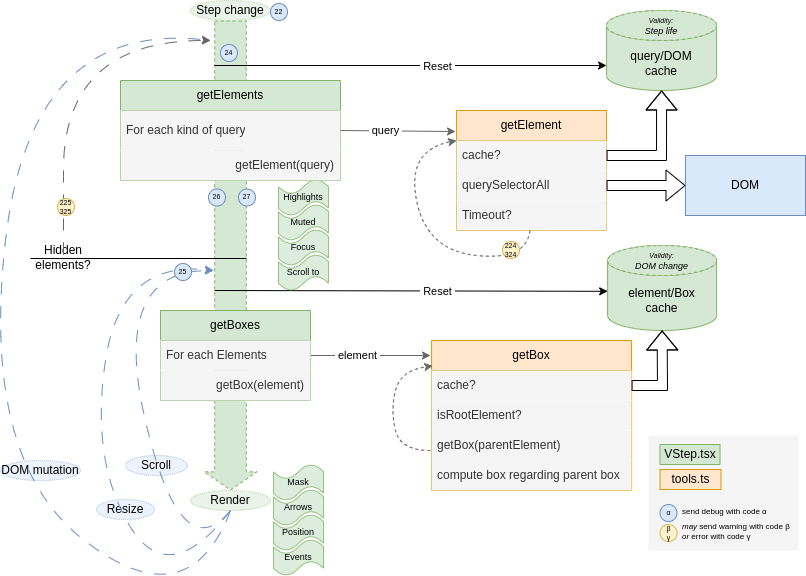
restimel/vue3-tutorial keeps this draw.io diagram as docs/images/workflow-box-update.drawio.png. Above is the earlier version. Source tidied: cells renumbered, new cells last; positions are measured from the earlier drawing's top-left corner, leaving out a move shared by most shapes.
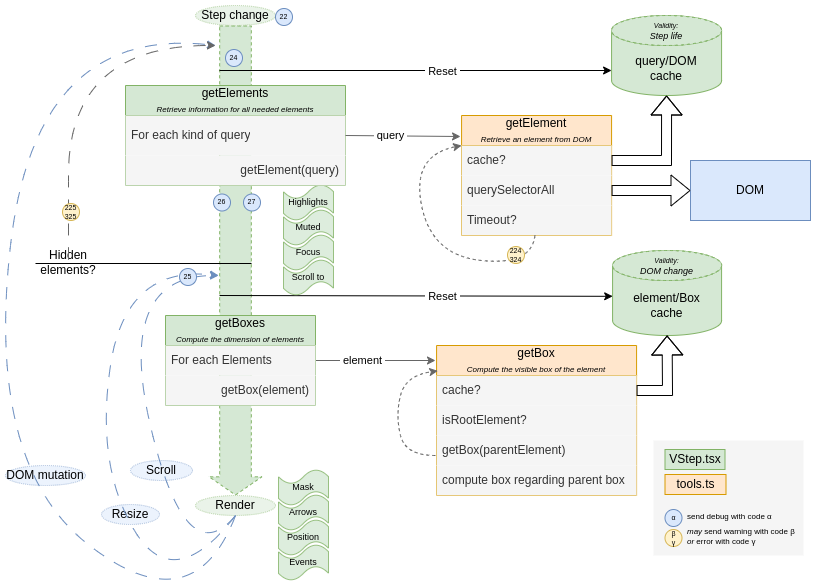
Above is the later version.

Change to the diagram source:
```diff
@@ -29,7 +29,7 @@
     <mxCell id="10" value="Highlights" style="shape=tape;whiteSpace=wrap;html=1;fillColor=#d5e8d4;strokeColor=#82b366;opacity=80;fontSize=9;" parent="1" vertex="1">
       <mxGeometry x="298" y="179" width="50" height="36" as="geometry" />
     </mxCell>
-    <mxCell id="11" value="getElements" style="swimlane;fontStyle=0;horizontal=1;startSize=30;whiteSpace=wrap;html=1;fillColor=#d5e8d4;strokeColor=#82b366;" parent="1" vertex="1">
+    <mxCell id="11" value="getElements&lt;br&gt;&lt;i style=&quot;border-color: var(--border-color); font-size: 8px;&quot;&gt;Retrieve information for all needed elements&lt;/i&gt;" style="swimlane;fontStyle=0;horizontal=1;startSize=30;whiteSpace=wrap;html=1;fillColor=#d5e8d4;strokeColor=#82b366;" parent="1" vertex="1">
       <mxGeometry x="140" y="80" width="220" height="100" as="geometry" />
     </mxCell>
     <mxCell id="12" value="For each kind of query" style="text;align=left;verticalAlign=middle;spacingLeft=4;spacingRight=4;overflow=hidden;points=[[0,0.5],[1,0.5]];portConstraint=eastwest;whiteSpace=wrap;html=1;fillColor=#f5f5f5;fontColor=#333333;strokeColor=none;" parent="11" vertex="1">
@@ -38,7 +38,7 @@
     <mxCell id="13" value="getElement(query)" style="text;strokeColor=none;fillColor=#f5f5f5;align=right;verticalAlign=middle;spacingLeft=4;spacingRight=4;overflow=hidden;whiteSpace=wrap;html=1;fontColor=#333333;" parent="11" vertex="1">
       <mxGeometry y="70" width="220" height="30" as="geometry" />
     </mxCell>
-    <mxCell id="14" value="getElement" style="swimlane;fontStyle=0;horizontal=1;startSize=30;whiteSpace=wrap;html=1;fillColor=#ffe6cc;strokeColor=#d79b00;" parent="1" vertex="1">
+    <mxCell id="14" value="getElement&lt;br&gt;&lt;i style=&quot;border-color: var(--border-color); font-size: 8px;&quot;&gt;Retrieve an element from DOM&lt;/i&gt;" style="swimlane;fontStyle=0;horizontal=1;startSize=30;whiteSpace=wrap;html=1;fillColor=#ffe6cc;strokeColor=#d79b00;" parent="1" vertex="1">
       <mxGeometry x="476.1" y="110" width="150" height="120" as="geometry" />
     </mxCell>
     <mxCell id="15" value="cache?" style="text;align=left;verticalAlign=middle;spacingLeft=4;spacingRight=4;overflow=hidden;points=[[0,0.5],[1,0.5]];portConstraint=eastwest;whiteSpace=wrap;html=1;fillColor=#f5f5f5;fontColor=#333333;strokeColor=none;" parent="14" vertex="1">
@@ -110,7 +110,7 @@
         <mxPoint y="-3" as="offset" />
       </mxGeometry>
     </mxCell>
-    <mxCell id="31" value="getBox" style="swimlane;fontStyle=0;horizontal=1;startSize=30;whiteSpace=wrap;html=1;fillColor=#ffe6cc;strokeColor=#d79b00;" parent="1" vertex="1">
+    <mxCell id="31" value="getBox&lt;br&gt;&lt;i style=&quot;border-color: var(--border-color); font-size: 8px;&quot;&gt;Compute the visible box of the element&lt;/i&gt;" style="swimlane;fontStyle=0;horizontal=1;startSize=30;whiteSpace=wrap;html=1;fillColor=#ffe6cc;strokeColor=#d79b00;" parent="1" vertex="1">
       <mxGeometry x="451.1" y="340" width="200" height="150" as="geometry" />
     </mxCell>
     <mxCell id="32" value="cache?" style="text;align=left;verticalAlign=middle;spacingLeft=4;spacingRight=4;overflow=hidden;whiteSpace=wrap;html=1;fillColor=#f5f5f5;fontColor=#333333;strokeColor=none;" parent="31" vertex="1">
@@ -165,7 +165,7 @@
     <mxCell id="43" value="Render" style="ellipse;whiteSpace=wrap;html=1;align=center;newEdgeStyle={&quot;edgeStyle&quot;:&quot;entityRelationEdgeStyle&quot;,&quot;startArrow&quot;:&quot;none&quot;,&quot;endArrow&quot;:&quot;none&quot;,&quot;segment&quot;:10,&quot;curved&quot;:1,&quot;sourcePerimeterSpacing&quot;:0,&quot;targetPerimeterSpacing&quot;:0};fillColor=#d5e8d4;strokeColor=#82b366;dashed=1;dashPattern=1 1;opacity=50;" parent="1" vertex="1">
       <mxGeometry x="210" y="490" width="80" height="20" as="geometry" />
     </mxCell>
-    <mxCell id="44" value="getBoxes" style="swimlane;fontStyle=0;horizontal=1;startSize=30;whiteSpace=wrap;html=1;fillColor=#d5e8d4;strokeColor=#82b366;" parent="1" vertex="1">
+    <mxCell id="44" value="getBoxes&lt;br&gt;&lt;i style=&quot;border-color: var(--border-color); font-size: 8px;&quot;&gt;Compute the dimension of elements&lt;/i&gt;" style="swimlane;fontStyle=0;horizontal=1;startSize=30;whiteSpace=wrap;html=1;fillColor=#d5e8d4;strokeColor=#82b366;" parent="1" vertex="1">
       <mxGeometry x="180" y="310" width="150" height="90" as="geometry" />
     </mxCell>
     <mxCell id="45" value="For each Elements" style="text;strokeColor=none;fillColor=#f5f5f5;align=left;verticalAlign=middle;spacingLeft=4;spacingRight=4;overflow=hidden;points=[[0,0.5],[1,0.5]];portConstraint=eastwest;whiteSpace=wrap;html=1;fontColor=#333333;" parent="44" vertex="1">
```
